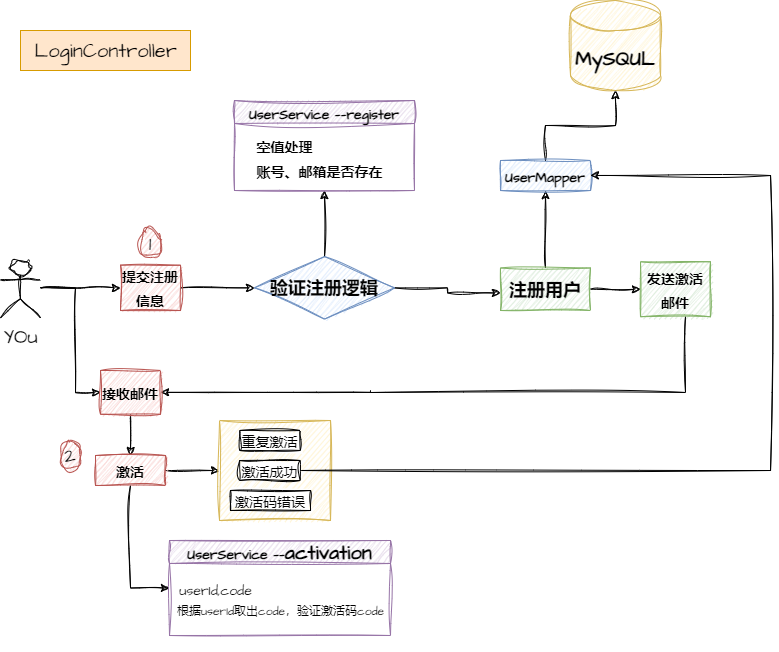
HealUP/HealUP.github.io keeps this draw.io diagram as campusExperience.drawio.png. Above is the earlier version. Source tidied: cells renumbered, new cells last; positions are measured from the earlier drawing's top-left corner, leaving out a move shared by most shapes.
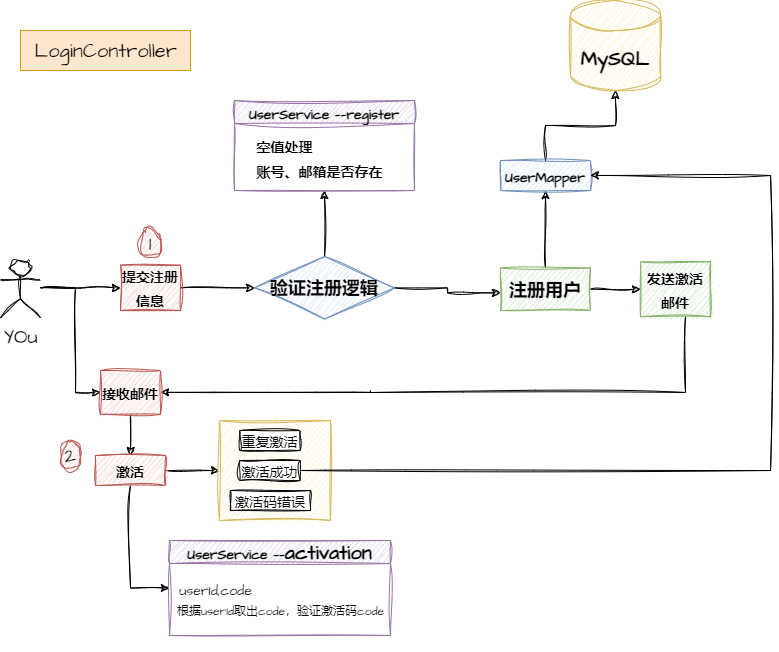
After the change.

What changed in the source:
```diff
@@ -40,7 +40,7 @@
     <mxCell id="13" value="&lt;font style=&quot;font-size: 18px;&quot;&gt;&lt;b&gt;注册用户&lt;/b&gt;&lt;/font&gt;" style="rounded=0;whiteSpace=wrap;html=1;sketch=1;hachureGap=4;jiggle=2;curveFitting=1;fontFamily=Architects Daughter;fontSource=https%3A%2F%2Ffonts.googleapis.com%2Fcss%3Ffamily%3DArchitects%2BDaughter;fontSize=20;fillColor=#d5e8d4;strokeColor=#82b366;" parent="1" vertex="1">
       <mxGeometry x="500" y="267.5" width="90" height="42.5" as="geometry" />
     </mxCell>
-    <mxCell id="14" value="&lt;b&gt;MySQUL&lt;/b&gt;" style="shape=cylinder3;whiteSpace=wrap;html=1;boundedLbl=1;backgroundOutline=1;size=15;sketch=1;hachureGap=4;jiggle=2;curveFitting=1;fontFamily=Architects Daughter;fontSource=https%3A%2F%2Ffonts.googleapis.com%2Fcss%3Ffamily%3DArchitects%2BDaughter;fontSize=20;fillColor=#fff2cc;strokeColor=#d6b656;" parent="1" vertex="1">
+    <mxCell id="14" value="&lt;b&gt;MySQL&lt;/b&gt;" style="shape=cylinder3;whiteSpace=wrap;html=1;boundedLbl=1;backgroundOutline=1;size=15;sketch=1;hachureGap=4;jiggle=2;curveFitting=1;fontFamily=Architects Daughter;fontSource=https%3A%2F%2Ffonts.googleapis.com%2Fcss%3Ffamily%3DArchitects%2BDaughter;fontSize=20;fillColor=#fff2cc;strokeColor=#d6b656;" parent="1" vertex="1">
       <mxGeometry x="570" width="90" height="90" as="geometry" />
     </mxCell>
     <mxCell id="15" style="edgeStyle=orthogonalEdgeStyle;rounded=0;sketch=1;hachureGap=4;jiggle=2;curveFitting=1;jettySize=auto;html=1;exitX=0.5;exitY=0;exitDx=0;exitDy=0;fontFamily=Architects Daughter;fontSource=https%3A%2F%2Ffonts.googleapis.com%2Fcss%3Ffamily%3DArchitects%2BDaughter;fontSize=16;entryX=0.5;entryY=1;entryDx=0;entryDy=0;entryPerimeter=0;" parent="1" edge="1" source="16" target="14">
```
